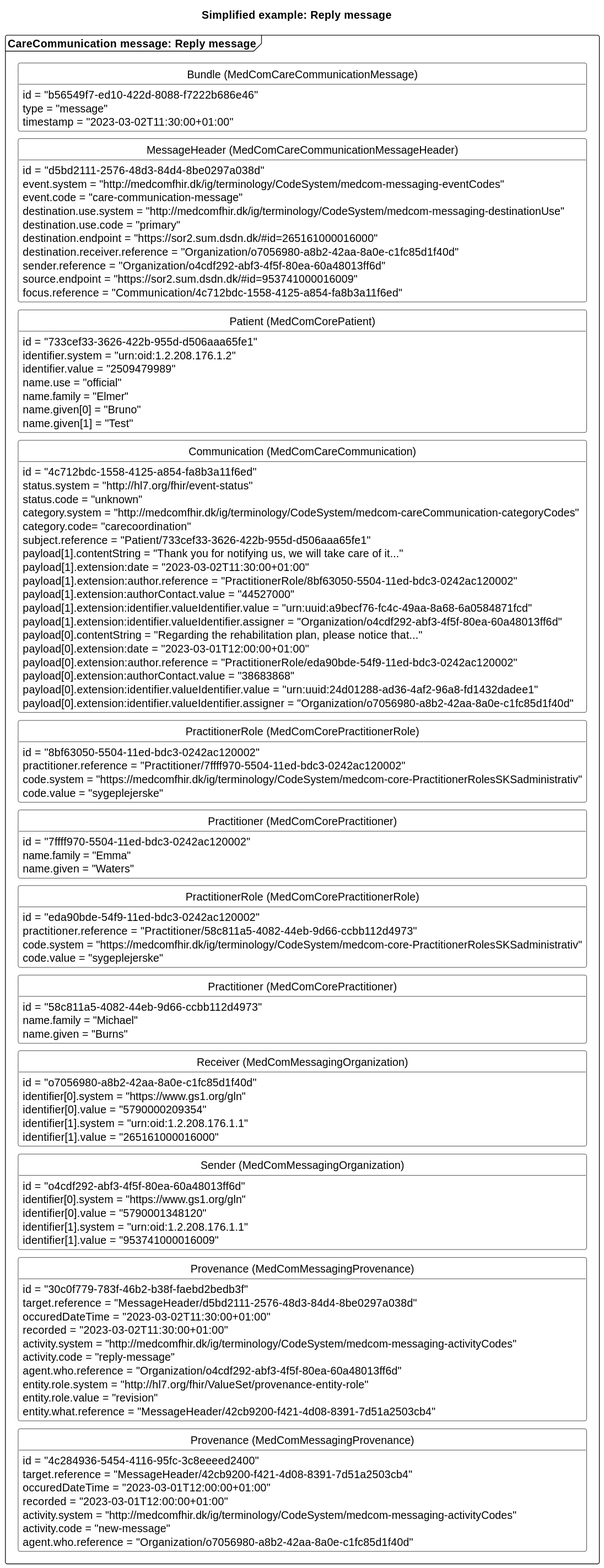
The PlantUML diagram docs/assets/images/CCreplyMessage.svg in medcomdk/dk-medcom-carecommunication, before a commit.
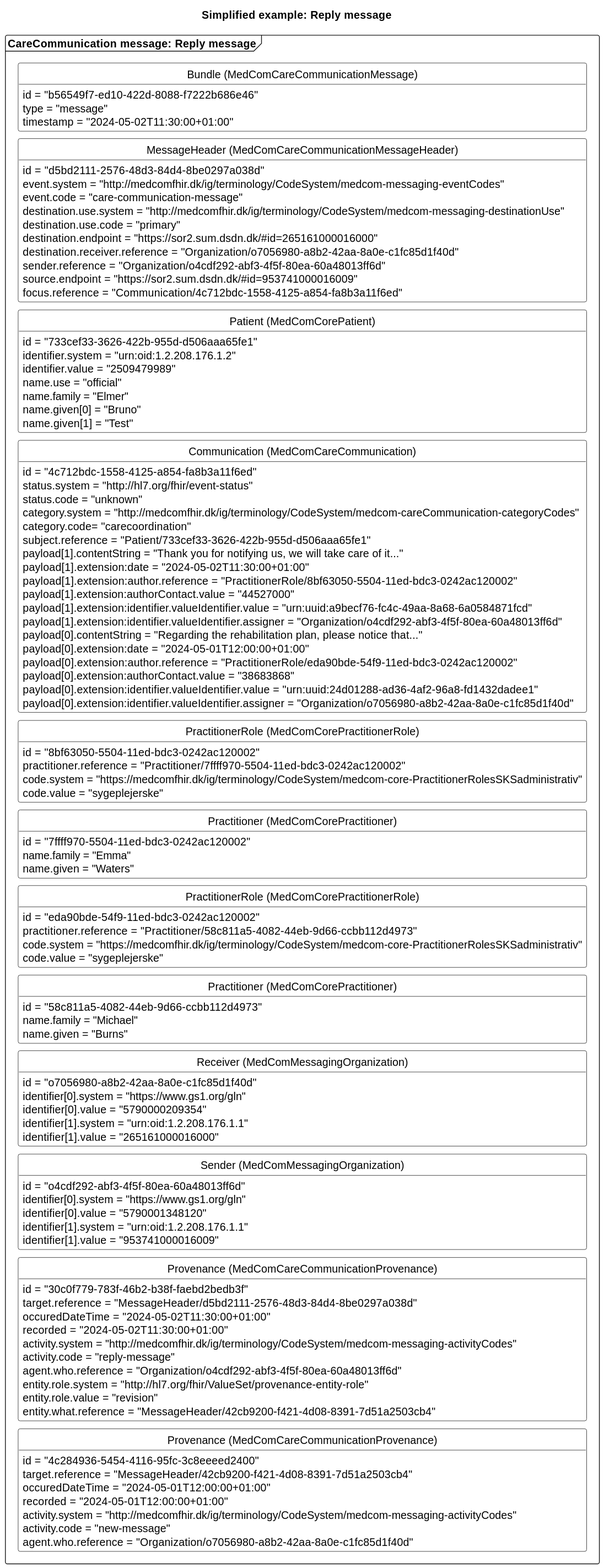
After the commit.

Commit message:
Corrected examples diagrams so that correct provenance is mentioned

What changed in the source:
```diff
@@ -1,5 +1,4 @@
-@startuml CCreplyMessage
-
+@startuml
 skinparam class {
     BackgroundColor White
     BorderColor Black
@@ -17,7 +16,7 @@
     class "Bundle (MedComCareCommunicationMessage)" as replyB {
         id = "b56549f7-ed10-422d-8088-f7222b686e46"
         type = "message"
-        timestamp = "2023-03-02T11:30:00+01:00"
+        timestamp = "2024-05-02T11:30:00+01:00"
     }
     class "MessageHeader (MedComCareCommunicationMessageHeader)" as replyMH{
         id = "d5bd2111-2576-48d3-84d4-8be0297a038d"
@@ -48,13 +47,13 @@
         category.code= "carecoordination"
         subject.reference = "Patient/733cef33-3626-422b-955d-d506aaa65fe1"
         payload[1].contentString = "Thank you for notifying us, we will take care of it..."
-        payload[1].extension:date = "2023-03-02T11:30:00+01:00"
+        payload[1].extension:date = "2024-05-02T11:30:00+01:00"
         payload[1].extension:author.reference = "PractitionerRole/8bf63050-5504-11ed-bdc3-0242ac120002"
         payload[1].extension:authorContact.value = "44527000"
         payload[1].extension:identifier.valueIdentifier.value = "urn:uuid:a9becf76-fc4c-49aa-8a68-6a0584871fcd"
         payload[1].extension:identifier.valueIdentifier.assigner = "Organization/o4cdf292-abf3-4f5f-80ea-60a48013ff6d"
         payload[0].contentString = "Regarding the rehabilitation plan, please notice that..."
-        payload[0].extension:date = "2023-03-01T12:00:00+01:00"
+        payload[0].extension:date = "2024-05-01T12:00:00+01:00"
         payload[0].extension:author.reference = "PractitionerRole/eda90bde-54f9-11ed-bdc3-0242ac120002"
         payload[0].extension:authorContact.value = "38683868"
         payload[0].extension:identifier.valueIdentifier.value = "urn:uuid:24d01288-ad36-4af2-96a8-fd1432dadee1"
@@ -96,11 +95,11 @@
         identifier[1].system = "urn:oid:1.2.208.176.1.1"
         identifier[1].value = "265161000016000"
     }
-    class "Provenance (MedComMessagingProvenance)" as replyPRO{
+    class "Provenance (MedComCareCommunicationProvenance)" as replyPRO{
         id = "30c0f779-783f-46b2-b38f-faebd2bedb3f"
         target.reference = "MessageHeader/d5bd2111-2576-48d3-84d4-8be0297a038d"
-        occuredDateTime = "2023-03-02T11:30:00+01:00"
-        recorded = "2023-03-02T11:30:00+01:00"
+        occuredDateTime = "2024-05-02T11:30:00+01:00"
+        recorded = "2024-05-02T11:30:00+01:00"
         activity.system = "http://medcomfhir.dk/ig/terminology/CodeSystem/medcom-messaging-activityCodes"
         activity.code = "reply-message"
         agent.who.reference = "Organization/o4cdf292-abf3-4f5f-80ea-60a48013ff6d"
@@ -108,11 +107,11 @@
         entity.role.value = "revision"
         entity.what.reference = "MessageHeader/42cb9200-f421-4d08-8391-7d51a2503cb4"
     }
-    class "Provenance (MedComMessagingProvenance)" as newPRO{
+    class "Provenance (MedComCareCommunicationProvenance)" as newPRO{
         id = "4c284936-5454-4116-95fc-3c8eeeed2400"
         target.reference = "MessageHeader/42cb9200-f421-4d08-8391-7d51a2503cb4"
-        occuredDateTime = "2023-03-01T12:00:00+01:00"
-        recorded = "2023-03-01T12:00:00+01:00"
+        occuredDateTime = "2024-05-01T12:00:00+01:00"
+        recorded = "2024-05-01T12:00:00+01:00"
         activity.system = "http://medcomfhir.dk/ig/terminology/CodeSystem/medcom-messaging-activityCodes"
         activity.code = "new-message"
         agent.who.reference = "Organization/o7056980-a8b2-42aa-8a0e-c1fc85d1f40d"
@@ -129,6 +128,4 @@
 replyROrg-[hidden]- replySOrg
 replySOrg-[hidden]-replyPRO
 replyPRO-[hidden]-newPRO
-
-
 @enduml
```
